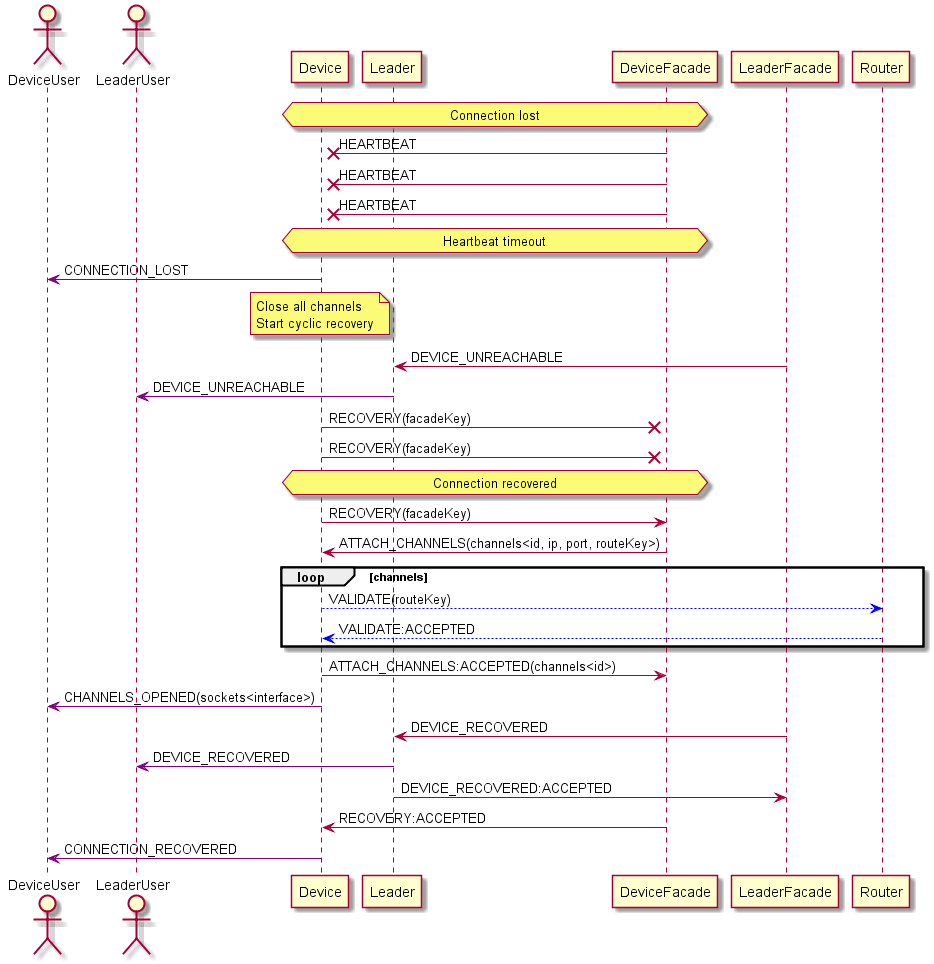
Earlier version of the PlantUML export doc/flows/13_device_recovery_during_operation.png (nawbar23/fleetmgr).
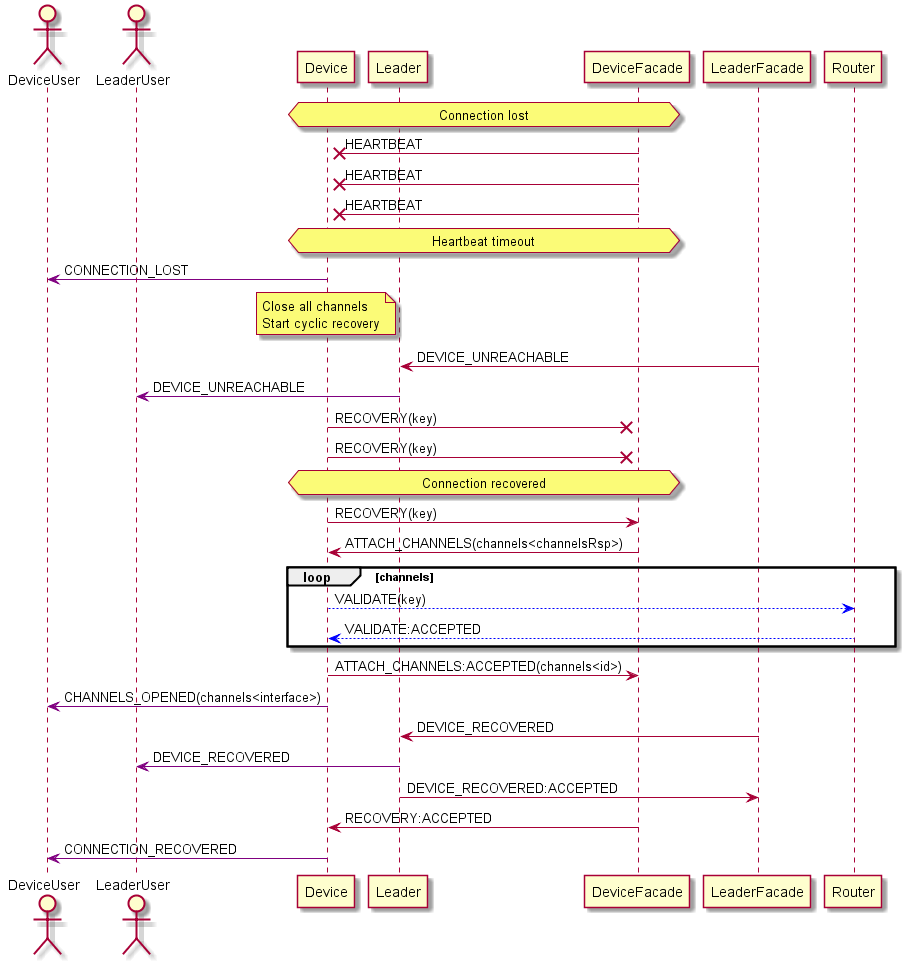
After the change.

Diff of the diagram source:
```diff
@@ -27,25 +27,25 @@
 
 Leader -[#purple]> LeaderUser: DEVICE_UNREACHABLE
 
-Device ->x DeviceFacade: RECOVERY(facadeKey)
-Device ->x DeviceFacade: RECOVERY(facadeKey)
+Device ->x DeviceFacade: RECOVERY(key)
+Device ->x DeviceFacade: RECOVERY(key)
 
 hnote over Device, DeviceFacade: Connection recovered
 
-Device -> DeviceFacade: RECOVERY(facadeKey)
+Device -> DeviceFacade: RECOVERY(key)
 
 
 
-DeviceFacade -> Device: ATTACH_CHANNELS(channels<id, ip, port, routeKey>)
+DeviceFacade -> Device: ATTACH_CHANNELS(channels<channelsRsp>)
 
 loop channels
-Device --[#blue]> Router: VALIDATE(routeKey)
+Device --[#blue]> Router: VALIDATE(key)
 Router --[#blue]> Device: VALIDATE:ACCEPTED
 end
 
 Device -> DeviceFacade: ATTACH_CHANNELS:ACCEPTED(channels<id>)
 
-Device -[#purple]> DeviceUser: CHANNELS_OPENED(sockets<interface>)
+Device -[#purple]> DeviceUser: CHANNELS_OPENED(channels<interface>)
 
 
 
```
